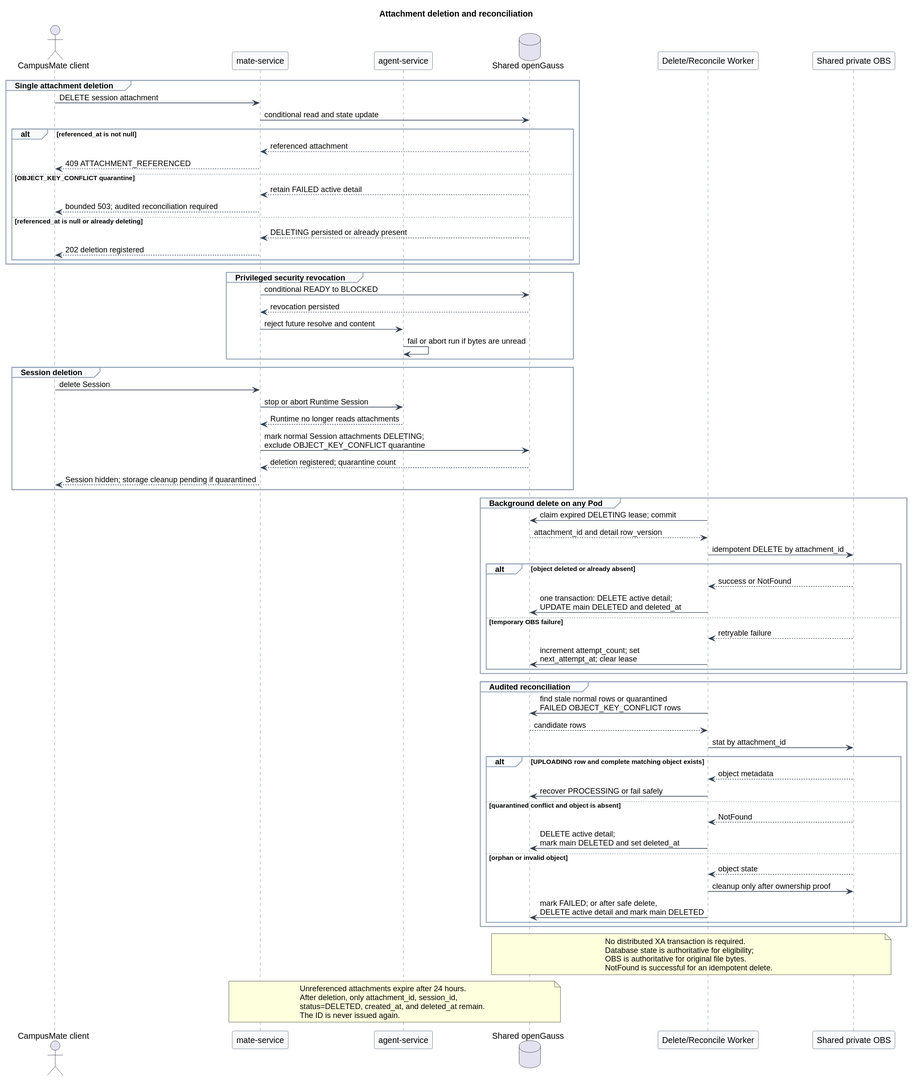
Before: campusmate-attachment-service/attachment_deletion_and_reconciliation.svg, a diagram exported from PlantUML (superheromeZzh/pi-mono-java-design).
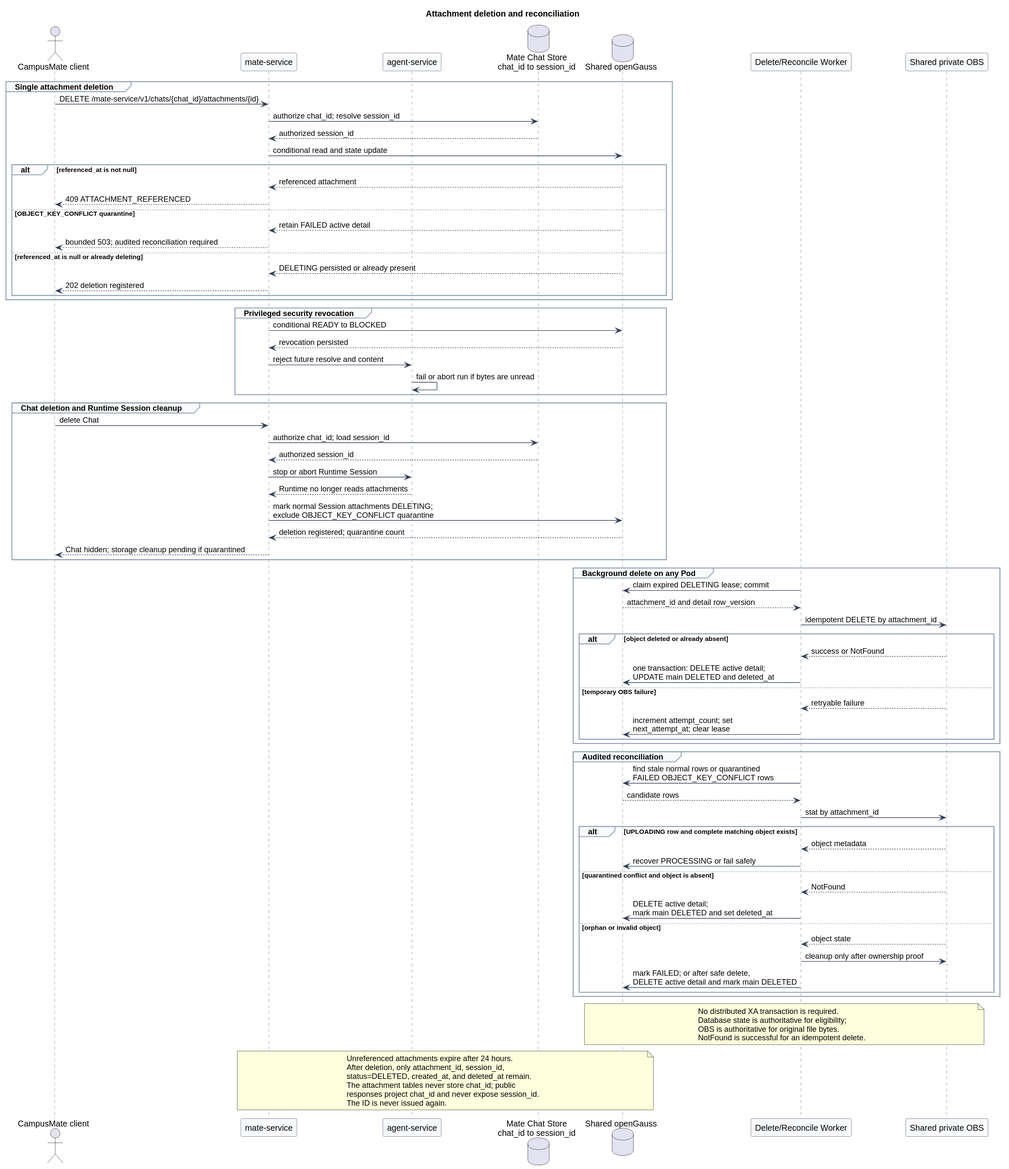
The same diagram one commit later.

What changed in the source:
```diff
@@ -18,12 +18,15 @@
 actor "CampusMate client" as Client
 participant "mate-service" as Mate
 participant "agent-service" as Agent
+database "Mate Chat Store\nchat_id to session_id" as ChatStore
 database "Shared openGauss" as DB
 participant "Delete/Reconcile Worker" as Worker
 participant "Shared private OBS" as OBS
 
 group Single attachment deletion
-  Client -> Mate : DELETE session attachment
+  Client -> Mate : DELETE /mate-service/v1/chats/{chat_id}/attachments/{id}
+  Mate -> ChatStore : authorize chat_id; resolve session_id
+  ChatStore --> Mate : authorized session_id
   Mate -> DB : conditional read and state update
   alt referenced_at is not null
     DB --> Mate : referenced attachment
@@ -44,13 +47,15 @@
   Agent -> Agent : fail or abort run if bytes are unread
 end
 
-group Session deletion
-  Client -> Mate : delete Session
+group Chat deletion and Runtime Session cleanup
+  Client -> Mate : delete Chat
+  Mate -> ChatStore : authorize chat_id; load session_id
+  ChatStore --> Mate : authorized session_id
   Mate -> Agent : stop or abort Runtime Session
   Agent --> Mate : Runtime no longer reads attachments
   Mate -> DB : mark normal Session attachments DELETING;\nexclude OBJECT_KEY_CONFLICT quarantine
   DB --> Mate : deletion registered; quarantine count
-  Mate --> Client : Session hidden; storage cleanup pending if quarantined
+  Mate --> Client : Chat hidden; storage cleanup pending if quarantined
 end
 
 group Background delete on any Pod
@@ -94,6 +99,8 @@
 Unreferenced attachments expire after 24 hours.
 After deletion, only attachment_id, session_id,
 status=DELETED, created_at, and deleted_at remain.
+The attachment tables never store chat_id; public
+responses project chat_id and never expose session_id.
 The ID is never issued again.
 end note
 @enduml
```
